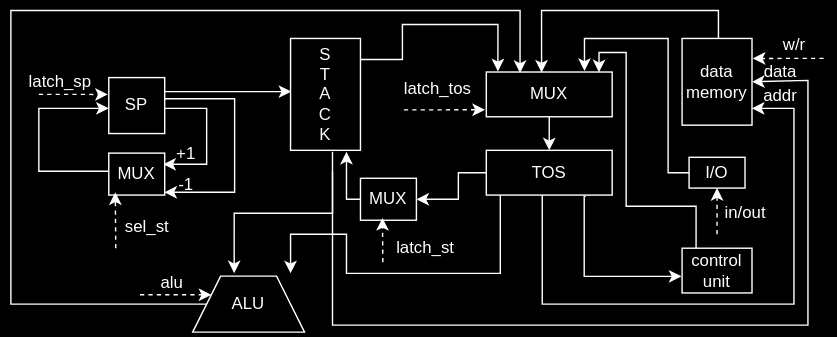
Above: data-path.svg in konstantiin/stack_processor (draw.io), before the change. Source tidied: cells renumbered, new cells last; positions are measured from the earlier drawing's top-left corner, leaving out a move shared by most shapes.
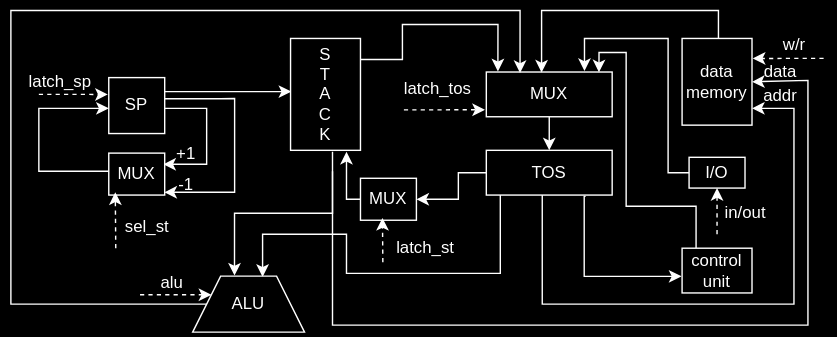
The same file after the commit.

The edit, as a diff of the source:
```diff
@@ -56,13 +56,12 @@
         </Array>
       </mxGeometry>
     </mxCell>
-    <mxCell id="11" style="edgeStyle=orthogonalEdgeStyle;rounded=0;jettySize=auto;html=1;entryX=0.371;entryY=-0.052;entryDx=0;entryDy=0;entryPerimeter=0;" parent="1" edge="1" target="36">
+    <mxCell id="11" style="edgeStyle=orthogonalEdgeStyle;rounded=0;jettySize=auto;html=1;entryX=0.374;entryY=-0.01;entryDx=0;entryDy=0;entryPerimeter=0;" parent="1" edge="1" target="36">
       <mxGeometry relative="1" as="geometry">
         <mxPoint x="230" y="101" as="sourcePoint" />
         <Array as="points">
-          <mxPoint x="230" y="101" />
           <mxPoint x="230" y="145" />
-          <mxPoint x="180" y="145" />
+          <mxPoint x="160" y="145" />
         </Array>
       </mxGeometry>
     </mxCell>
@@ -83,14 +82,13 @@
         </Array>
       </mxGeometry>
     </mxCell>
-    <mxCell id="16" style="edgeStyle=orthogonalEdgeStyle;rounded=0;jettySize=auto;html=1;" parent="1" edge="1" source="19">
+    <mxCell id="16" style="edgeStyle=orthogonalEdgeStyle;rounded=0;jettySize=auto;html=1;entryX=0.625;entryY=0.013;entryDx=0;entryDy=0;entryPerimeter=0;" parent="1" edge="1" source="19" target="36">
       <mxGeometry relative="1" as="geometry">
-        <mxPoint x="200" y="188" as="targetPoint" />
         <Array as="points">
           <mxPoint x="350" y="188" />
           <mxPoint x="240" y="188" />
           <mxPoint x="240" y="160" />
-          <mxPoint x="200" y="160" />
+          <mxPoint x="180" y="160" />
         </Array>
       </mxGeometry>
     </mxCell>
```
